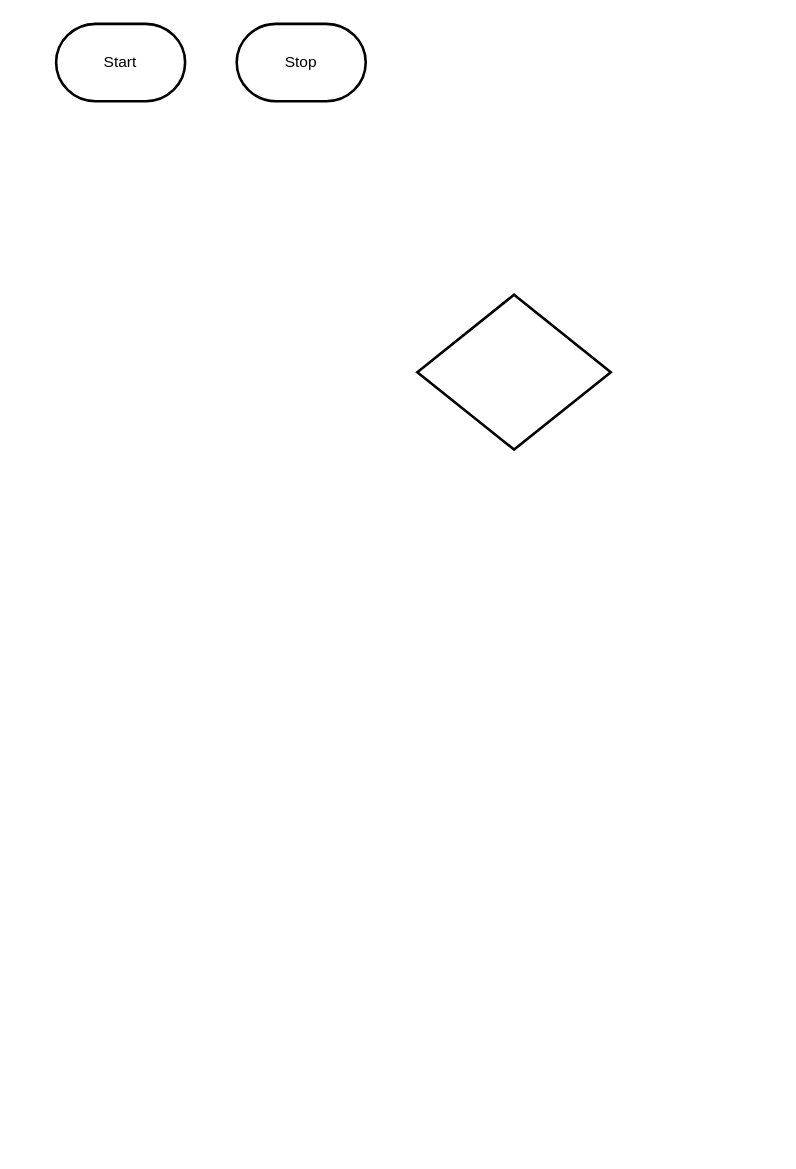
The draw.io diagram design/design.drawio in sam-corbett/ICS4U-Assignment-4, before the edit. Source tidied: cells renumbered, new cells numbered last; positions are measured from the earlier drawing's top-left corner, leaving out a move shared by most shapes. Both pictures are drawn from the tidied source at 129%, with x=0, y=0 at pixel (55, 23).
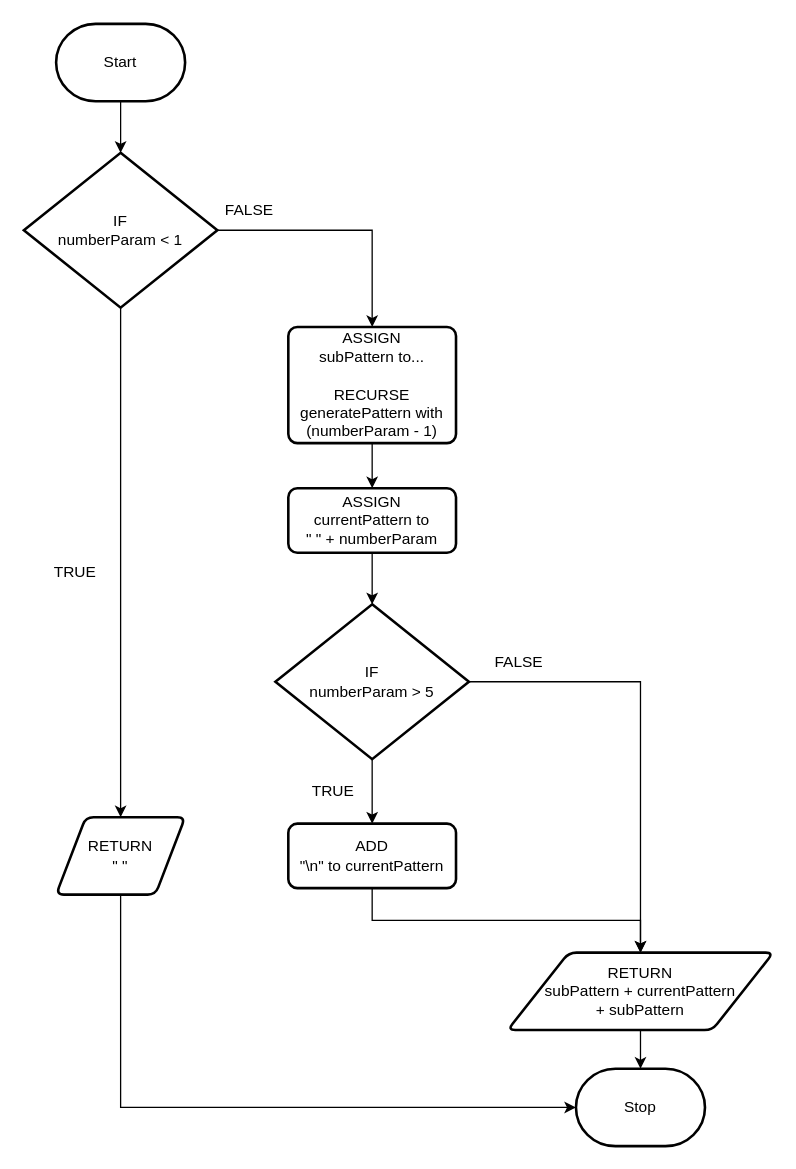
The same diagram, later.

Commit message (it also covers changes not shown here):
Commiting flowchart

The change refers to these unchanged cells:
```xml
<mxCell id="2" value="Start" style="strokeWidth=2;html=1;shape=mxgraph.flowchart.terminator;whiteSpace=wrap;" parent="1" vertex="1">
  <mxGeometry width="100" height="60" as="geometry" />
</mxCell>
```

What changed in the source:
```diff
@@
+    <mxCell id="5" style="edgeStyle=orthogonalEdgeStyle;rounded=0;html=1;exitX=0.5;exitY=1;exitDx=0;exitDy=0;exitPerimeter=0;entryX=0.5;entryY=0;entryDx=0;entryDy=0;entryPerimeter=0;" parent="1" edge="1" source="2" target="4">
+      <mxGeometry relative="1" as="geometry" />
+    </mxCell>
@@
     <mxCell id="3" value="Stop" style="strokeWidth=2;html=1;shape=mxgraph.flowchart.terminator;whiteSpace=wrap;" parent="1" vertex="1">
-      <mxGeometry x="140" width="100" height="60" as="geometry" />
+      <mxGeometry x="403" y="810" width="100" height="60" as="geometry" />
     </mxCell>
+    <mxCell id="6" style="edgeStyle=orthogonalEdgeStyle;rounded=0;html=1;exitX=0.5;exitY=1;exitDx=0;exitDy=0;exitPerimeter=0;entryX=0.5;entryY=0;entryDx=0;entryDy=0;" parent="1" edge="1" source="4" target="9">
+      <mxGeometry relative="1" as="geometry" />
+    </mxCell>
+    <mxCell id="7" style="edgeStyle=orthogonalEdgeStyle;rounded=0;html=1;exitX=1;exitY=0.5;exitDx=0;exitDy=0;exitPerimeter=0;entryX=0.5;entryY=0;entryDx=0;entryDy=0;" parent="1" edge="1" source="4" target="11">
+      <mxGeometry relative="1" as="geometry" />
+    </mxCell>
-    <mxCell id="4" style="strokeWidth=2;html=1;shape=mxgraph.flowchart.decision;whiteSpace=wrap;" parent="1" vertex="1">
-      <mxGeometry x="280" y="210" width="150" height="120" as="geometry" />
+    <mxCell id="4" value="IF&lt;br&gt;numberParam &amp;lt; 1" style="strokeWidth=2;html=1;shape=mxgraph.flowchart.decision;whiteSpace=wrap;" parent="1" vertex="1">
+      <mxGeometry x="-25" y="100" width="150" height="120" as="geometry" />
     </mxCell>
+    <mxCell id="8" style="edgeStyle=orthogonalEdgeStyle;rounded=0;html=1;exitX=0.5;exitY=1;exitDx=0;exitDy=0;entryX=0;entryY=0.5;entryDx=0;entryDy=0;entryPerimeter=0;" parent="1" edge="1" source="9" target="3">
+      <mxGeometry relative="1" as="geometry" />
+    </mxCell>
+    <mxCell id="9" value="RETURN&lt;br&gt;&quot; &quot;" style="shape=parallelogram;html=1;strokeWidth=2;perimeter=parallelogramPerimeter;whiteSpace=wrap;rounded=1;arcSize=12;size=0.23;" parent="1" vertex="1">
+      <mxGeometry y="615" width="100" height="60" as="geometry" />
+    </mxCell>
+    <mxCell id="10" style="edgeStyle=orthogonalEdgeStyle;rounded=0;html=1;exitX=0.5;exitY=1;exitDx=0;exitDy=0;entryX=0.5;entryY=0;entryDx=0;entryDy=0;" parent="1" edge="1" source="11" target="13">
+      <mxGeometry relative="1" as="geometry" />
+    </mxCell>
+    <mxCell id="11" value="ASSIGN&lt;br&gt;subPattern to...&lt;br&gt;&lt;br&gt;RECURSE&lt;br&gt;generatePattern with (numberParam - 1)" style="rounded=1;whiteSpace=wrap;html=1;absoluteArcSize=1;arcSize=14;strokeWidth=2;" parent="1" vertex="1">
+      <mxGeometry x="180" y="235" width="130" height="90" as="geometry" />
+    </mxCell>
+    <mxCell id="12" style="edgeStyle=orthogonalEdgeStyle;rounded=0;html=1;exitX=0.5;exitY=1;exitDx=0;exitDy=0;entryX=0.5;entryY=0;entryDx=0;entryDy=0;entryPerimeter=0;" parent="1" edge="1" source="13" target="16">
+      <mxGeometry relative="1" as="geometry" />
+    </mxCell>
+    <mxCell id="13" value="ASSIGN&lt;br&gt;currentPattern to&lt;br&gt;&quot; &quot; + numberParam" style="rounded=1;whiteSpace=wrap;html=1;absoluteArcSize=1;arcSize=14;strokeWidth=2;" parent="1" vertex="1">
+      <mxGeometry x="180" y="360" width="130" height="50" as="geometry" />
+    </mxCell>
+    <mxCell id="14" style="edgeStyle=orthogonalEdgeStyle;rounded=0;html=1;exitX=0.5;exitY=1;exitDx=0;exitDy=0;exitPerimeter=0;entryX=0.5;entryY=0;entryDx=0;entryDy=0;" parent="1" edge="1" source="16" target="18">
+      <mxGeometry relative="1" as="geometry" />
+    </mxCell>
+    <mxCell id="15" style="edgeStyle=orthogonalEdgeStyle;rounded=0;html=1;exitX=1;exitY=0.5;exitDx=0;exitDy=0;exitPerimeter=0;entryX=0.5;entryY=0;entryDx=0;entryDy=0;" parent="1" edge="1" source="16" target="20">
+      <mxGeometry relative="1" as="geometry" />
+    </mxCell>
+    <mxCell id="16" value="IF&lt;br&gt;numberParam &amp;gt; 5" style="strokeWidth=2;html=1;shape=mxgraph.flowchart.decision;whiteSpace=wrap;" parent="1" vertex="1">
+      <mxGeometry x="170" y="450" width="150" height="120" as="geometry" />
+    </mxCell>
+    <mxCell id="17" style="edgeStyle=orthogonalEdgeStyle;rounded=0;html=1;exitX=0.5;exitY=1;exitDx=0;exitDy=0;entryX=0.5;entryY=0;entryDx=0;entryDy=0;" parent="1" edge="1" source="18" target="20">
+      <mxGeometry relative="1" as="geometry" />
+    </mxCell>
+    <mxCell id="18" value="ADD&lt;br&gt;&quot;\n&quot; to currentPattern" style="rounded=1;whiteSpace=wrap;html=1;absoluteArcSize=1;arcSize=14;strokeWidth=2;" parent="1" vertex="1">
+      <mxGeometry x="180" y="620" width="130" height="50" as="geometry" />
+    </mxCell>
+    <mxCell id="19" style="edgeStyle=orthogonalEdgeStyle;rounded=0;html=1;exitX=0.5;exitY=1;exitDx=0;exitDy=0;entryX=0.5;entryY=0;entryDx=0;entryDy=0;entryPerimeter=0;" parent="1" edge="1" source="20" target="3">
+      <mxGeometry relative="1" as="geometry" />
+    </mxCell>
+    <mxCell id="20" value="RETURN&lt;br&gt;subPattern + currentPattern &lt;br&gt;+ subPattern" style="shape=parallelogram;html=1;strokeWidth=2;perimeter=parallelogramPerimeter;whiteSpace=wrap;rounded=1;arcSize=12;size=0.23;" parent="1" vertex="1">
+      <mxGeometry x="350" y="720" width="206" height="60" as="geometry" />
+    </mxCell>
+    <mxCell id="21" value="FALSE" style="text;html=1;strokeColor=none;fillColor=none;align=center;verticalAlign=middle;whiteSpace=wrap;rounded=0;" parent="1" vertex="1">
+      <mxGeometry x="334" y="490" width="50" height="10" as="geometry" />
+    </mxCell>
+    <mxCell id="22" value="TRUE" style="text;html=1;strokeColor=none;fillColor=none;align=center;verticalAlign=middle;whiteSpace=wrap;rounded=0;" parent="1" vertex="1">
+      <mxGeometry x="-10" y="420" width="50" height="10" as="geometry" />
+    </mxCell>
+    <mxCell id="23" value="FALSE" style="text;html=1;strokeColor=none;fillColor=none;align=center;verticalAlign=middle;whiteSpace=wrap;rounded=0;" parent="1" vertex="1">
+      <mxGeometry x="125" y="140" width="50" height="10" as="geometry" />
+    </mxCell>
+    <mxCell id="24" value="TRUE" style="text;html=1;strokeColor=none;fillColor=none;align=center;verticalAlign=middle;whiteSpace=wrap;rounded=0;" parent="1" vertex="1">
+      <mxGeometry x="190" y="590" width="50" height="10" as="geometry" />
+    </mxCell>
```
